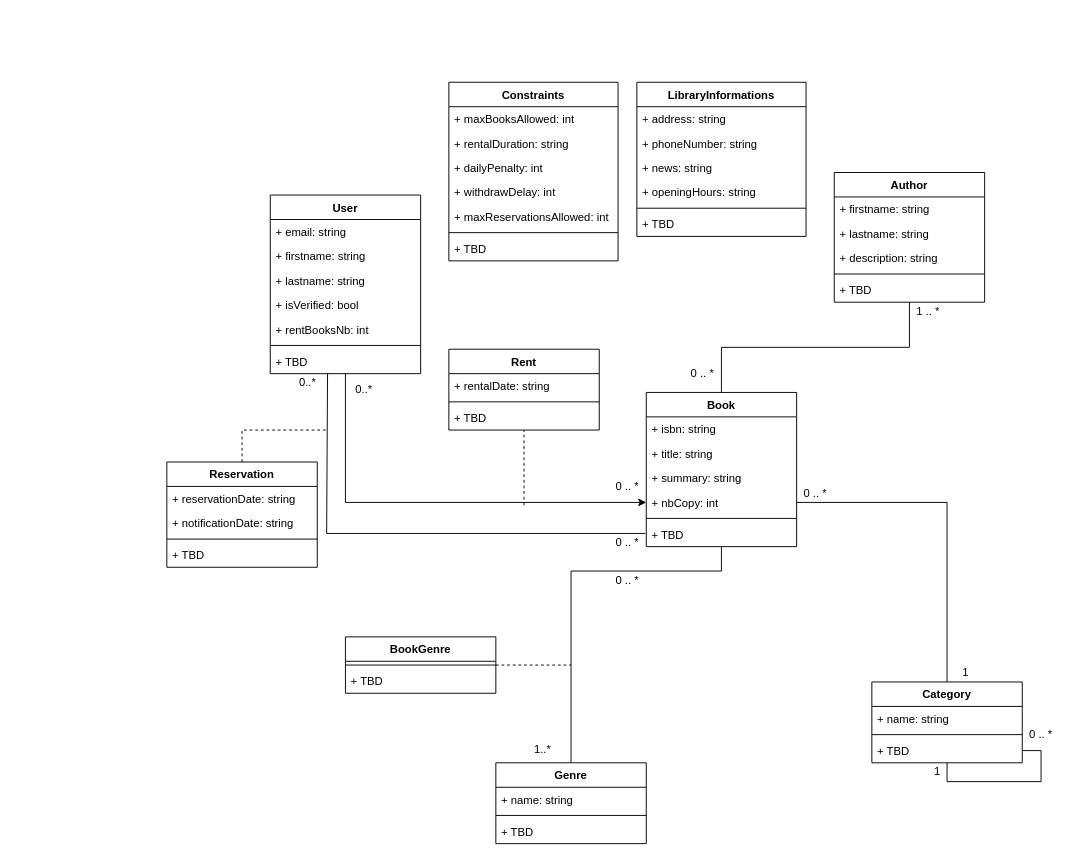
pptech-ds/CDA-JS-LIbrary-Store keeps this draw.io diagram as page "UML Class Diagram" (3 of 3) of docs/library_store.drawio. Above is the earlier version. Source tidied: cells renumbered, new cells numbered last; positions are measured from the earlier drawing's top-left corner, leaving out a move shared by most shapes. Both pictures are drawn from the tidied source at 94%, with x=0, y=0 at pixel (166, 82).
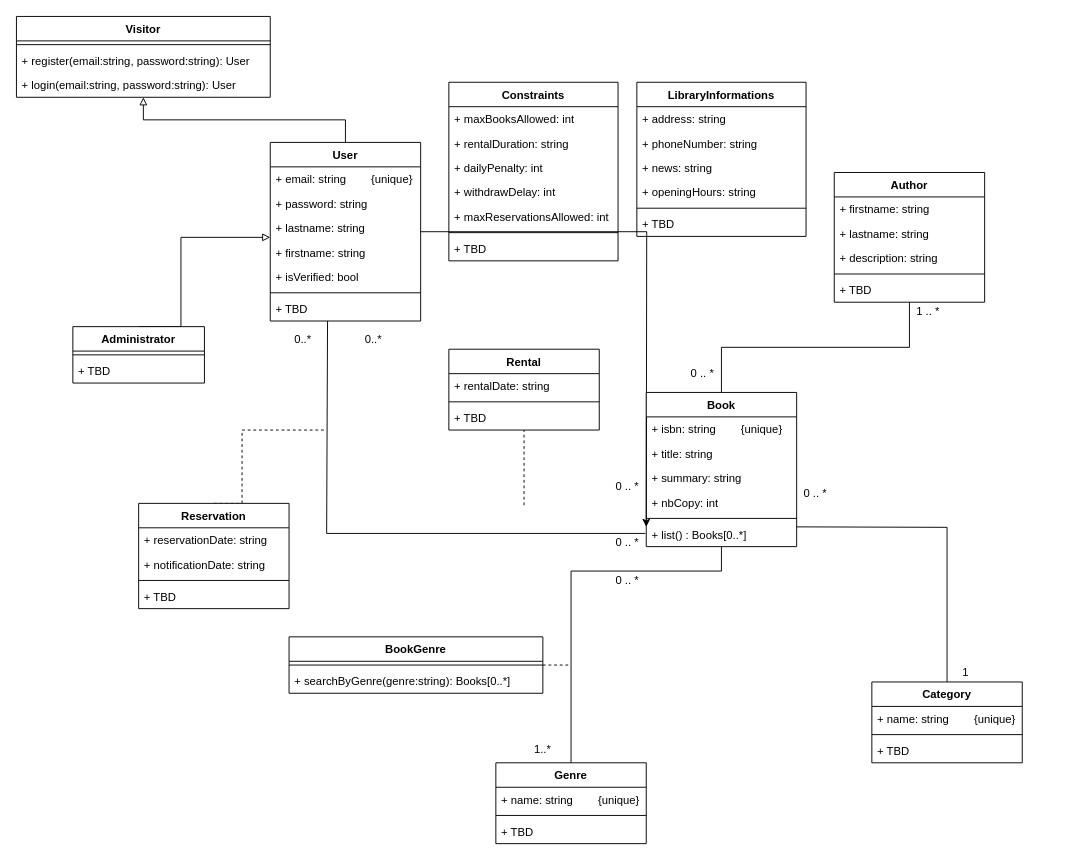
The same page after the edit.

Unchanged cells that the change refers to:
```xml
<mxCell id="12" value="Book" style="swimlane;fontStyle=1;align=center;verticalAlign=top;horizontal=1;startSize=26;" parent="1" vertex="1">
  <mxGeometry x="510" y="330" width="160" height="164" as="geometry" />
</mxCell>
<mxCell id="16" value="+ nbCopy: int  " style="text;strokeColor=none;fillColor=none;align=left;verticalAlign=top;spacingLeft=4;spacingRight=4;overflow=hidden;points=[[0,0.5],[1,0.5]];portConstraint=eastwest;" parent="12" vertex="1">
  <mxGeometry y="104" width="160" height="26" as="geometry" />
</mxCell>
<mxCell id="20" value="Category" style="swimlane;fontStyle=1;align=center;verticalAlign=top;horizontal=1;startSize=26;" parent="1" vertex="1">
  <mxGeometry x="750" y="638" width="160" height="86" as="geometry" />
</mxCell>
<mxCell id="23" value="+ TBD" style="text;strokeColor=none;fillColor=none;align=left;verticalAlign=top;spacingLeft=4;spacingRight=4;overflow=hidden;points=[[0,0.5],[1,0.5]];portConstraint=eastwest;" parent="20" vertex="1">
  <mxGeometry y="60" width="160" height="26" as="geometry" />
</mxCell>
<mxCell id="27" value="Genre" style="swimlane;fontStyle=1;align=center;verticalAlign=top;horizontal=1;startSize=26;" parent="1" vertex="1">
  <mxGeometry x="350" y="724" width="160" height="86" as="geometry" />
</mxCell>
```

Change to the diagram source:
```diff
@@
-    <mxCell id="2" style="edgeStyle=orthogonalEdgeStyle;rounded=0;jettySize=auto;html=1;entryX=0;entryY=0.5;entryDx=0;entryDy=0;endArrow=classic;endFill=1;" parent="1" edge="1" source="3" target="16">
-      <mxGeometry relative="1" as="geometry" />
+    <mxCell id="2" style="edgeStyle=orthogonalEdgeStyle;rounded=0;jettySize=auto;html=1;entryX=0;entryY=0.5;entryDx=0;entryDy=0;endArrow=classic;endFill=1;" parent="1" edge="1" source="3">
+      <mxGeometry relative="1" as="geometry">
+        <mxPoint x="510" y="473" as="targetPoint" />
+      </mxGeometry>
     </mxCell>
+    <mxCell id="79" style="edgeStyle=orthogonalEdgeStyle;rounded=0;jettySize=auto;html=1;exitX=0.5;exitY=0;exitDx=0;exitDy=0;fontSize=23.3;startArrow=none;startFill=0;endArrow=block;endFill=0;" parent="1" edge="1" source="3" target="82">
+      <mxGeometry relative="1" as="geometry" />
+    </mxCell>
     <mxCell id="3" value="User" style="swimlane;fontStyle=1;align=center;verticalAlign=top;horizontal=1;startSize=26;" parent="1" vertex="1">
-      <mxGeometry x="110" y="120" width="160" height="190" as="geometry" />
+      <mxGeometry x="110" y="64" width="160" height="190" as="geometry" />
     </mxCell>
-    <mxCell id="4" value="+ email: string  " style="text;strokeColor=none;fillColor=none;align=left;verticalAlign=top;spacingLeft=4;spacingRight=4;overflow=hidden;" parent="3" vertex="1">
+    <mxCell id="4" value="+ email: string        {unique}  " style="text;strokeColor=none;fillColor=none;align=left;verticalAlign=top;spacingLeft=4;spacingRight=4;overflow=hidden;" parent="3" vertex="1">
       <mxGeometry y="26" width="160" height="26" as="geometry" />
     </mxCell>
+    <mxCell id="6" value="+ password: string " style="text;strokeColor=none;fillColor=none;align=left;verticalAlign=top;spacingLeft=4;spacingRight=4;overflow=hidden;" parent="3" vertex="1">
+      <mxGeometry y="52" width="160" height="26" as="geometry" />
+    </mxCell>
+    <mxCell id="80" value="+ lastname: string " style="text;strokeColor=none;fillColor=none;align=left;verticalAlign=top;spacingLeft=4;spacingRight=4;overflow=hidden;" parent="3" vertex="1">
+      <mxGeometry y="78" width="160" height="26" as="geometry" />
+    </mxCell>
     <mxCell id="5" value="+ firstname: string&#10;  " style="text;strokeColor=none;fillColor=none;align=left;verticalAlign=top;spacingLeft=4;spacingRight=4;overflow=hidden;" parent="3" vertex="1">
-      <mxGeometry y="52" width="160" height="26" as="geometry" />
+      <mxGeometry y="104" width="160" height="26" as="geometry" />
     </mxCell>
-    <mxCell id="6" value="+ lastname: string " style="text;strokeColor=none;fillColor=none;align=left;verticalAlign=top;spacingLeft=4;spacingRight=4;overflow=hidden;" parent="3" vertex="1">
-      <mxGeometry y="78" width="160" height="26" as="geometry" />
-    </mxCell>
     <mxCell id="7" value="+ isVerified: bool  " style="text;strokeColor=none;fillColor=none;align=left;verticalAlign=top;spacingLeft=4;spacingRight=4;overflow=hidden;" parent="3" vertex="1">
-      <mxGeometry y="104" width="160" height="26" as="geometry" />
+      <mxGeometry y="130" width="160" height="26" as="geometry" />
     </mxCell>
-    <mxCell id="8" value="+ rentBooksNb: int  " style="text;strokeColor=none;fillColor=none;align=left;verticalAlign=top;spacingLeft=4;spacingRight=4;overflow=hidden;" parent="3" vertex="1">
-      <mxGeometry y="130" width="160" height="26" as="geometry" />
-    </mxCell>
@@
-    <mxCell id="13" value="+ isbn: string&#10;  " style="text;strokeColor=none;fillColor=none;align=left;verticalAlign=top;spacingLeft=4;spacingRight=4;overflow=hidden;" parent="12" vertex="1">
+    <mxCell id="13" value="+ isbn: string        {unique}" style="text;strokeColor=none;fillColor=none;align=left;verticalAlign=top;spacingLeft=4;spacingRight=4;overflow=hidden;" parent="12" vertex="1">
       <mxGeometry y="26" width="160" height="26" as="geometry" />
     </mxCell>
@@
-    <mxCell id="18" value="+ TBD" style="text;strokeColor=none;fillColor=none;align=left;verticalAlign=top;spacingLeft=4;spacingRight=4;overflow=hidden;" parent="12" vertex="1">
-      <mxGeometry y="138" width="160" height="26" as="geometry" />
-    </mxCell>
+    <mxCell id="81" value="+ list() : Books[0..*]" style="text;strokeColor=none;fillColor=none;align=left;verticalAlign=top;spacingLeft=4;spacingRight=4;overflow=hidden;" parent="12" vertex="1">
+      <mxGeometry y="138" width="160" height="26" as="geometry" />
+    </mxCell>
@@
-    <mxCell id="21" value="+ name: string&#10;  " style="text;strokeColor=none;fillColor=none;align=left;verticalAlign=top;spacingLeft=4;spacingRight=4;overflow=hidden;" parent="20" vertex="1">
+    <mxCell id="21" value="+ name: string        {unique}" style="text;strokeColor=none;fillColor=none;align=left;verticalAlign=top;spacingLeft=4;spacingRight=4;overflow=hidden;" parent="20" vertex="1">
       <mxGeometry y="26" width="160" height="26" as="geometry" />
     </mxCell>
@@
-    <mxCell id="24" style="edgeStyle=orthogonalEdgeStyle;rounded=0;jettySize=auto;html=1;entryX=1;entryY=0.5;entryDx=0;entryDy=0;endArrow=none;endFill=0;strokeColor=default;" parent="20" edge="1" source="20" target="23">
-      <mxGeometry relative="1" as="geometry" />
-    </mxCell>
-    <mxCell id="25" value="0 .. *" style="text;html=1;strokeColor=none;fillColor=none;align=center;verticalAlign=middle;whiteSpace=wrap;rounded=0;" parent="1" vertex="1">
-      <mxGeometry x="910" y="684" width="40" height="20" as="geometry" />
-    </mxCell>
-    <mxCell id="26" value="1" style="text;html=1;strokeColor=none;fillColor=none;align=center;verticalAlign=middle;whiteSpace=wrap;rounded=0;" parent="1" vertex="1">
-      <mxGeometry x="800" y="724" width="40" height="20" as="geometry" />
-    </mxCell>
@@
-    <mxCell id="28" value="+ name: string&#10;  " style="text;strokeColor=none;fillColor=none;align=left;verticalAlign=top;spacingLeft=4;spacingRight=4;overflow=hidden;" parent="27" vertex="1">
+    <mxCell id="28" value="+ name: string        {unique}" style="text;strokeColor=none;fillColor=none;align=left;verticalAlign=top;spacingLeft=4;spacingRight=4;overflow=hidden;" parent="27" vertex="1">
       <mxGeometry y="26" width="160" height="26" as="geometry" />
     </mxCell>
@@
-    <mxCell id="31" style="edgeStyle=orthogonalEdgeStyle;rounded=0;jettySize=auto;html=1;exitX=1;exitY=0.5;exitDx=0;exitDy=0;entryX=0.5;entryY=0;entryDx=0;entryDy=0;endArrow=none;endFill=0;" parent="1" edge="1" source="16" target="20">
-      <mxGeometry relative="1" as="geometry" />
+    <mxCell id="31" style="edgeStyle=orthogonalEdgeStyle;rounded=0;jettySize=auto;html=1;exitX=1;exitY=0.5;exitDx=0;exitDy=0;entryX=0.5;entryY=0;entryDx=0;entryDy=0;endArrow=none;endFill=0;" parent="1" edge="1" target="20">
+      <mxGeometry relative="1" as="geometry">
+        <mxPoint x="670" y="473" as="sourcePoint" />
+      </mxGeometry>
     </mxCell>
@@
     <mxCell id="43" value="0..*" style="text;html=1;strokeColor=none;fillColor=none;align=center;verticalAlign=middle;whiteSpace=wrap;rounded=0;" parent="1" vertex="1">
-      <mxGeometry x="190" y="317" width="40" height="20" as="geometry" />
+      <mxGeometry x="200" y="264" width="40" height="20" as="geometry" />
     </mxCell>
     <mxCell id="44" value="BookGenre" style="swimlane;fontStyle=1;align=center;verticalAlign=top;horizontal=1;startSize=26;" parent="1" vertex="1">
-      <mxGeometry x="190" y="590" width="160" height="60" as="geometry" />
+      <mxGeometry x="130" y="590" width="270" height="60" as="geometry" />
     </mxCell>
     <mxCell id="45" style="line;strokeWidth=1;fillColor=none;align=left;verticalAlign=middle;spacingTop=-1;spacingLeft=3;spacingRight=3;labelPosition=right;" parent="44" vertex="1">
-      <mxGeometry y="26" width="160" height="8" as="geometry" />
+      <mxGeometry y="26" width="270" height="8" as="geometry" />
     </mxCell>
-    <mxCell id="46" value="+ TBD" style="text;strokeColor=none;fillColor=none;align=left;verticalAlign=top;spacingLeft=4;spacingRight=4;overflow=hidden;" parent="44" vertex="1">
-      <mxGeometry y="34" width="160" height="26" as="geometry" />
+    <mxCell id="46" value="+ searchByGenre(genre:string): Books[0..*]" style="text;strokeColor=none;fillColor=none;align=left;verticalAlign=top;spacingLeft=4;spacingRight=4;overflow=hidden;" parent="44" vertex="1">
+      <mxGeometry y="34" width="270" height="26" as="geometry" />
     </mxCell>
@@
-    <mxCell id="50" value="Rent" style="swimlane;fontStyle=1;align=center;verticalAlign=top;horizontal=1;startSize=26;" parent="1" vertex="1">
+    <mxCell id="50" value="Rental" style="swimlane;fontStyle=1;align=center;verticalAlign=top;horizontal=1;startSize=26;" parent="1" vertex="1">
       <mxGeometry x="300" y="284" width="160" height="86" as="geometry" />
     </mxCell>
@@
     <mxCell id="63" value="Reservation" style="swimlane;fontStyle=1;align=center;verticalAlign=top;horizontal=1;startSize=26;" parent="1" vertex="1">
-      <mxGeometry y="404" width="160" height="112" as="geometry" />
+      <mxGeometry x="-30" y="448" width="160" height="112" as="geometry" />
     </mxCell>
@@
     <mxCell id="77" value="0..*" style="text;html=1;strokeColor=none;fillColor=none;align=center;verticalAlign=middle;whiteSpace=wrap;rounded=0;" parent="1" vertex="1">
-      <mxGeometry x="130" y="310" width="40" height="20" as="geometry" />
+      <mxGeometry x="125" y="264" width="40" height="20" as="geometry" />
     </mxCell>
@@
+    <mxCell id="82" value="Visitor" style="swimlane;fontStyle=1;align=center;verticalAlign=top;horizontal=1;startSize=26;" parent="1" vertex="1">
+      <mxGeometry x="-160" y="-70" width="270" height="86" as="geometry" />
+    </mxCell>
+    <mxCell id="83" style="line;strokeWidth=1;fillColor=none;align=left;verticalAlign=middle;spacingTop=-1;spacingLeft=3;spacingRight=3;labelPosition=right;" parent="82" vertex="1">
+      <mxGeometry y="26" width="270" height="8" as="geometry" />
+    </mxCell>
+    <mxCell id="84" value="+ register(email:string, password:string): User" style="text;strokeColor=none;fillColor=none;align=left;verticalAlign=top;spacingLeft=4;spacingRight=4;overflow=hidden;" parent="82" vertex="1">
+      <mxGeometry y="34" width="270" height="26" as="geometry" />
+    </mxCell>
+    <mxCell id="85" value="+ login(email:string, password:string): User" style="text;strokeColor=none;fillColor=none;align=left;verticalAlign=top;spacingLeft=4;spacingRight=4;overflow=hidden;" parent="82" vertex="1">
+      <mxGeometry y="60" width="270" height="26" as="geometry" />
+    </mxCell>
+    <mxCell id="86" style="edgeStyle=orthogonalEdgeStyle;rounded=0;jettySize=auto;html=1;exitX=0.5;exitY=0;exitDx=0;exitDy=0;fontSize=23.3;startArrow=none;startFill=0;endArrow=block;endFill=0;" parent="1" edge="1" source="87" target="3">
+      <mxGeometry relative="1" as="geometry">
+        <Array as="points">
+          <mxPoint x="15" y="165" />
+        </Array>
+      </mxGeometry>
+    </mxCell>
+    <mxCell id="87" value="Administrator&#10;" style="swimlane;fontStyle=1;align=center;verticalAlign=top;horizontal=1;startSize=26;" parent="1" vertex="1">
+      <mxGeometry x="-100" y="260" width="140" height="60" as="geometry" />
+    </mxCell>
+    <mxCell id="88" style="line;strokeWidth=1;fillColor=none;align=left;verticalAlign=middle;spacingTop=-1;spacingLeft=3;spacingRight=3;labelPosition=right;" parent="87" vertex="1">
+      <mxGeometry y="26" width="140" height="8" as="geometry" />
+    </mxCell>
+    <mxCell id="18" value="+ TBD" style="text;strokeColor=none;fillColor=none;align=left;verticalAlign=top;spacingLeft=4;spacingRight=4;overflow=hidden;" parent="87" vertex="1">
+      <mxGeometry y="34" width="140" height="26" as="geometry" />
+    </mxCell>
```
